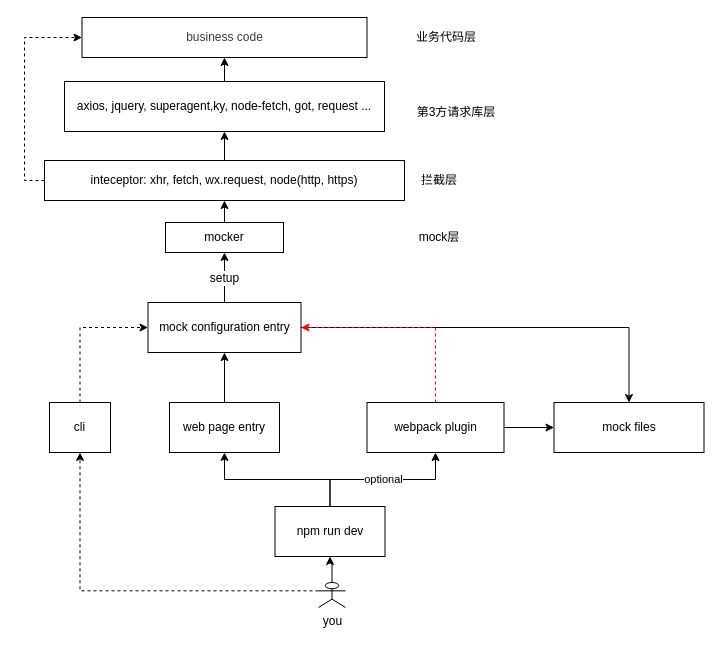
This is docs/design.drawio from huturen/http-request-mock, a draw.io file, before an edit. Source tidied: cells renumbered, new cells numbered last; positions are measured from the earlier drawing's top-left corner, leaving out a move shared by most shapes. Both pictures are drawn from the tidied source at 100%, with x=0, y=0 at pixel (24, 17).
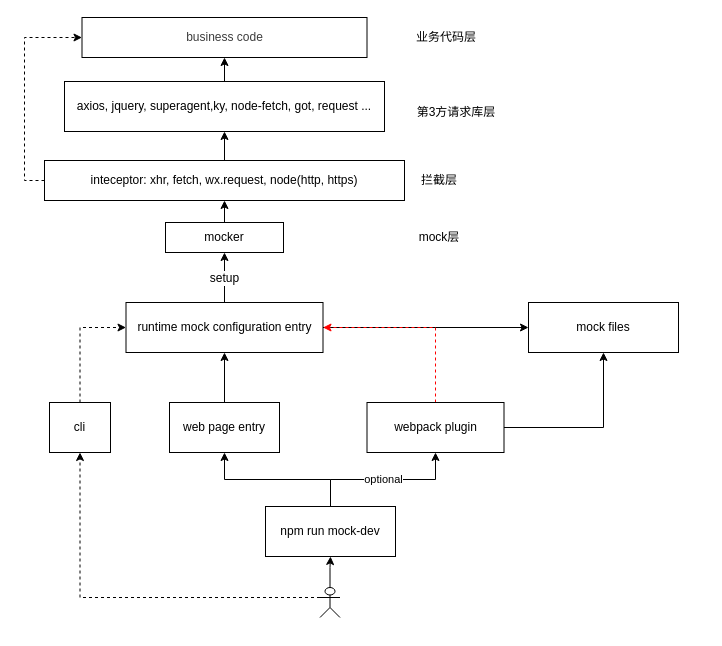
The same diagram, later.

Change to the diagram source:
```diff
@@
-    <mxCell id="12" style="edgeStyle=orthogonalEdgeStyle;rounded=0;jettySize=auto;html=1;entryX=0.5;entryY=0;entryDx=0;entryDy=0;" parent="1" edge="1" source="13" target="14">
+    <mxCell id="12" style="edgeStyle=orthogonalEdgeStyle;rounded=0;jettySize=auto;html=1;entryX=0;entryY=0.5;entryDx=0;entryDy=0;" parent="1" edge="1" source="13" target="14">
       <mxGeometry relative="1" as="geometry" />
     </mxCell>
-    <mxCell id="13" value="mock configuration entry" style="rounded=0;whiteSpace=wrap;html=1;" parent="1" vertex="1">
-      <mxGeometry x="123.5" y="285" width="153" height="50" as="geometry" />
+    <mxCell id="13" value="runtime mock configuration entry" style="rounded=0;whiteSpace=wrap;html=1;" parent="1" vertex="1">
+      <mxGeometry x="101.5" y="285" width="197" height="50" as="geometry" />
     </mxCell>
     <mxCell id="14" value="mock files" style="rounded=0;whiteSpace=wrap;html=1;" parent="1" vertex="1">
-      <mxGeometry x="529.5" y="385" width="150" height="50" as="geometry" />
+      <mxGeometry x="504" y="285" width="150" height="50" as="geometry" />
     </mxCell>
@@
-    <mxCell id="22" value="npm run dev" style="rounded=0;whiteSpace=wrap;html=1;" parent="1" vertex="1">
-      <mxGeometry x="250.5" y="489" width="110" height="50" as="geometry" />
+    <mxCell id="22" value="npm run mock-dev" style="rounded=0;whiteSpace=wrap;html=1;" parent="1" vertex="1">
+      <mxGeometry x="241" y="489" width="130" height="50" as="geometry" />
     </mxCell>
@@
-    <mxCell id="24" value="you" style="shape=umlActor;verticalLabelPosition=bottom;labelBackgroundColor=#ffffff;verticalAlign=top;html=1;outlineConnect=0;" parent="1" vertex="1">
-      <mxGeometry x="294" y="565" width="27" height="25" as="geometry" />
+    <mxCell id="24" style="shape=umlActor;verticalLabelPosition=bottom;labelBackgroundColor=#ffffff;verticalAlign=top;html=1;outlineConnect=0;" parent="1" vertex="1">
+      <mxGeometry x="295.5" y="570" width="20" height="30" as="geometry" />
     </mxCell>
```
